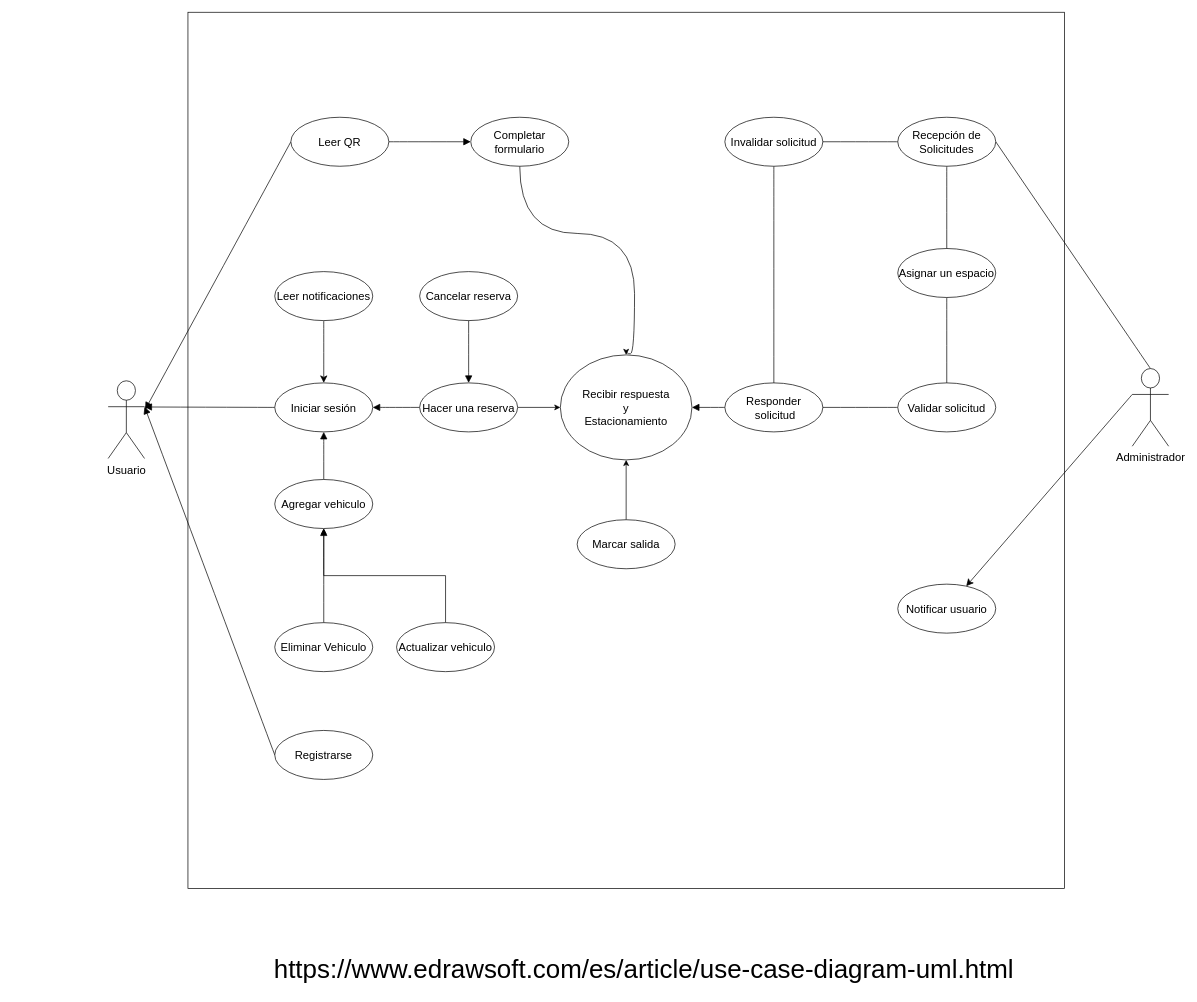
The draw.io diagram Diagramas/Casos_general.drawio in MrRevillod/SmartParking, before the edit. Source tidied: cells renumbered, new cells numbered last; positions are measured from the earlier drawing's top-left corner, leaving out a move shared by most shapes. Both pictures are drawn from the tidied source at 70%, with x=0, y=0 at pixel (108, 12).
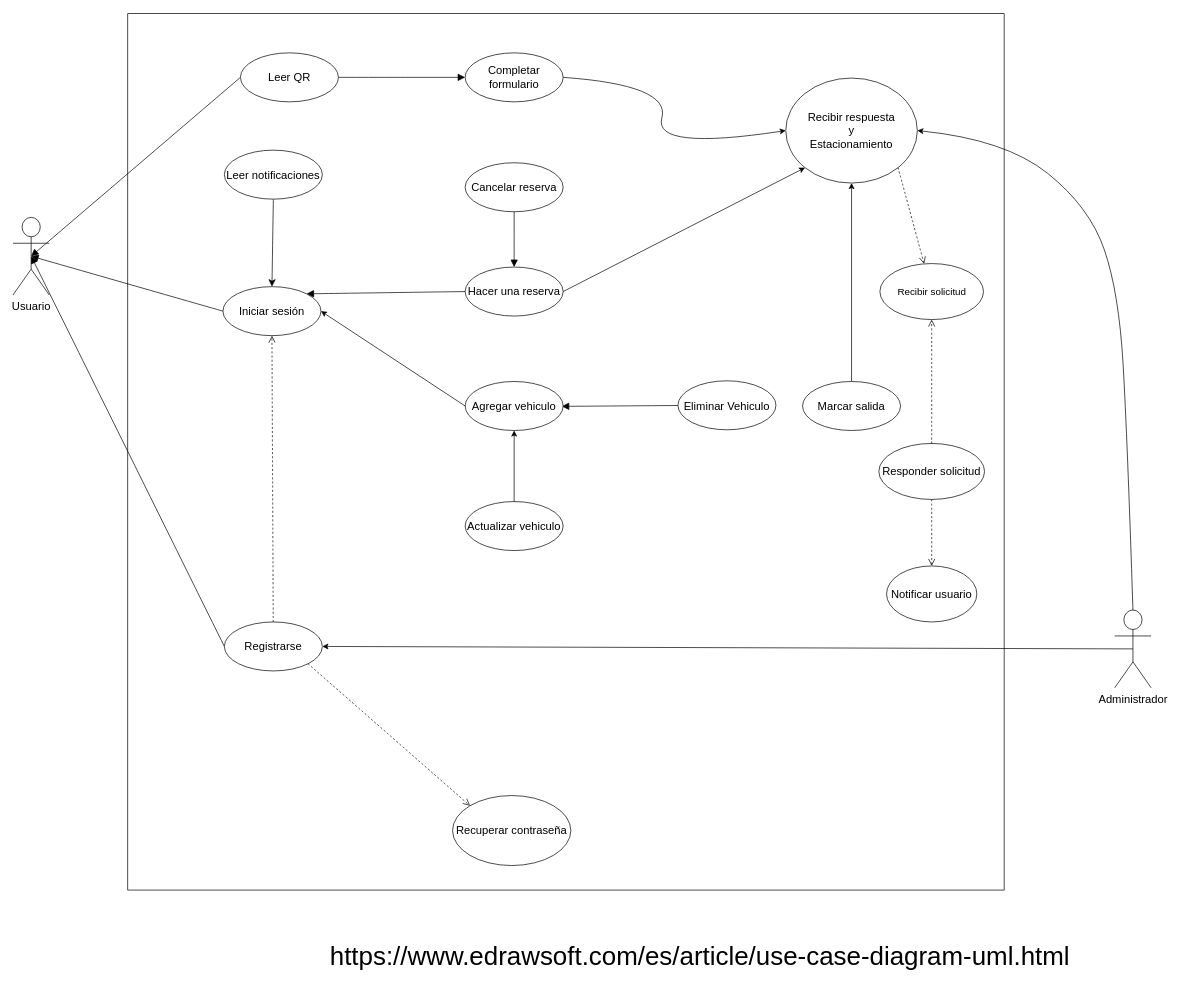
After the change.

Commit message:
casos_general

The edit, as a diff of the source:
```diff
@@
     <mxCell id="2" style="whiteSpace=wrap;html=1;fontSize=16;rotation=-90;" parent="1" vertex="1">
-      <mxGeometry x="114" width="1252" height="1252" as="geometry" />
+      <mxGeometry x="28" y="2" width="1252" height="1252" as="geometry" />
     </mxCell>
     <mxCell id="3" value="Usuario" style="shape=umlActor;verticalLabelPosition=bottom;verticalAlign=top;html=1;outlineConnect=0;fontSize=16;" parent="1" vertex="1">
-      <mxGeometry y="526.5" width="52" height="111" as="geometry" />
+      <mxGeometry x="-136" y="293" width="52" height="111" as="geometry" />
     </mxCell>
-    <mxCell id="4" style="edgeStyle=none;curved=1;rounded=0;jettySize=auto;html=1;exitX=0.5;exitY=0;exitDx=0;exitDy=0;exitPerimeter=0;entryX=1;entryY=0.5;entryDx=0;entryDy=0;fontSize=12;startSize=8;endSize=8;endArrow=none;endFill=0;" parent="1" edge="1" source="6" target="40">
-      <mxGeometry relative="1" as="geometry" />
-    </mxCell>
-    <mxCell id="5" style="edgeStyle=none;curved=1;rounded=0;jettySize=auto;html=1;exitX=0;exitY=0.3333333333333333;exitDx=0;exitDy=0;exitPerimeter=0;fontSize=12;startSize=8;endSize=8;" parent="1" edge="1" source="6" target="42">
-      <mxGeometry relative="1" as="geometry" />
-    </mxCell>
     <mxCell id="6" value="Administrador" style="shape=umlActor;verticalLabelPosition=bottom;verticalAlign=top;html=1;outlineConnect=0;fontSize=16;" parent="1" vertex="1">
-      <mxGeometry x="1463" y="509" width="52" height="111" as="geometry" />
+      <mxGeometry x="1438" y="854" width="52" height="111" as="geometry" />
     </mxCell>
-    <mxCell id="7" style="edgeStyle=none;curved=1;rounded=0;jettySize=auto;html=1;exitX=0;exitY=0.5;exitDx=0;exitDy=0;fontSize=12;startSize=8;endSize=8;endArrow=block;endFill=1;" parent="1" edge="1" source="10">
-      <mxGeometry relative="1" as="geometry">
-        <mxPoint x="52" y="563.9" as="targetPoint" />
-      </mxGeometry>
+    <mxCell id="7" style="edgeStyle=none;curved=1;rounded=0;jettySize=auto;html=1;exitX=0;exitY=0.5;exitDx=0;exitDy=0;fontSize=12;startSize=8;endSize=8;endArrow=block;endFill=1;entryX=0.5;entryY=0.5;entryDx=0;entryDy=0;entryPerimeter=0;" parent="1" edge="1" source="10" target="3">
+      <mxGeometry relative="1" as="geometry" />
     </mxCell>
-    <mxCell id="8" style="edgeStyle=none;curved=1;rounded=0;jettySize=auto;html=1;exitX=0.5;exitY=1;exitDx=0;exitDy=0;fontSize=12;startSize=8;endSize=8;endArrow=none;endFill=0;startArrow=block;startFill=1;" parent="1" edge="1" source="10" target="32">
-      <mxGeometry relative="1" as="geometry" />
-    </mxCell>
-    <mxCell id="9" style="edgeStyle=none;curved=1;rounded=0;jettySize=auto;html=1;exitX=1;exitY=0.5;exitDx=0;exitDy=0;fontSize=12;startSize=8;endSize=8;entryX=0;entryY=0.5;entryDx=0;entryDy=0;endArrow=none;endFill=0;startArrow=block;startFill=1;" parent="1" edge="1" source="10" target="36">
+    <mxCell id="9" style="edgeStyle=none;curved=1;rounded=0;jettySize=auto;html=1;exitX=1;exitY=0;exitDx=0;exitDy=0;fontSize=12;startSize=8;endSize=8;entryX=0;entryY=0.5;entryDx=0;entryDy=0;endArrow=none;endFill=0;startArrow=block;startFill=1;" parent="1" edge="1" source="10" target="36">
       <mxGeometry relative="1" as="geometry" />
     </mxCell>
     <mxCell id="10" value="Iniciar sesión" style="ellipse;whiteSpace=wrap;html=1;fontSize=16;" parent="1" vertex="1">
-      <mxGeometry x="238" y="529.5" width="140" height="70" as="geometry" />
+      <mxGeometry x="164" y="392" width="140" height="70" as="geometry" />
     </mxCell>
-    <mxCell id="11" style="edgeStyle=none;curved=1;rounded=0;jettySize=auto;html=1;exitX=0;exitY=0.5;exitDx=0;exitDy=0;entryX=1;entryY=0.3333333333333333;entryDx=0;entryDy=0;entryPerimeter=0;fontSize=12;startSize=8;endSize=8;endArrow=block;endFill=1;" parent="1" edge="1" source="12" target="3">
+    <mxCell id="11" style="edgeStyle=none;curved=1;rounded=0;jettySize=auto;html=1;exitX=0;exitY=0.5;exitDx=0;exitDy=0;entryX=0.5;entryY=0.5;entryDx=0;entryDy=0;entryPerimeter=0;fontSize=12;startSize=8;endSize=8;endArrow=block;endFill=1;" parent="1" edge="1" source="12" target="3">
       <mxGeometry relative="1" as="geometry" />
     </mxCell>
     <mxCell id="12" value="Registrarse" style="ellipse;whiteSpace=wrap;html=1;fontSize=16;" parent="1" vertex="1">
-      <mxGeometry x="238" y="1026" width="140" height="70" as="geometry" />
+      <mxGeometry x="166" y="871" width="140" height="70" as="geometry" />
     </mxCell>
-    <mxCell id="13" style="rounded=0;jettySize=auto;html=1;entryX=0.5;entryY=0;entryDx=0;entryDy=0;edgeStyle=orthogonalEdgeStyle;curved=1;" parent="1" edge="1" source="14" target="37">
-      <mxGeometry relative="1" as="geometry">
-        <Array as="points">
-          <mxPoint x="588" y="316" />
-          <mxPoint x="752" y="316" />
-          <mxPoint x="752" y="488" />
-          <mxPoint x="740" y="488" />
-        </Array>
-      </mxGeometry>
-    </mxCell>
     <mxCell id="14" value="Completar formulario" style="ellipse;whiteSpace=wrap;html=1;fontSize=16;" parent="1" vertex="1">
-      <mxGeometry x="518" y="150" width="140" height="70" as="geometry" />
+      <mxGeometry x="510" y="58" width="140" height="70" as="geometry" />
     </mxCell>
     <mxCell id="15" value="Cancelar reserva" style="ellipse;whiteSpace=wrap;html=1;fontSize=16;" parent="1" vertex="1">
-      <mxGeometry x="445" y="370.5" width="140" height="70" as="geometry" />
+      <mxGeometry x="510" y="215" width="140" height="70" as="geometry" />
     </mxCell>
@@
     <mxCell id="17" value="Marcar salida" style="ellipse;whiteSpace=wrap;html=1;fontSize=16;" parent="1" vertex="1">
-      <mxGeometry x="670" y="725" width="140" height="70" as="geometry" />
+      <mxGeometry x="992" y="527.5" width="140" height="70" as="geometry" />
     </mxCell>
-    <mxCell id="18" style="edgeStyle=none;curved=1;rounded=0;jettySize=auto;html=1;exitX=0;exitY=0.5;exitDx=0;exitDy=0;fontSize=12;startSize=8;endSize=8;endArrow=block;endFill=1;" parent="1" edge="1" source="19" target="37">
-      <mxGeometry relative="1" as="geometry" />
-    </mxCell>
-    <mxCell id="19" value="Responder&lt;br&gt;&amp;nbsp;solicitud" style="ellipse;whiteSpace=wrap;html=1;fontSize=16;" parent="1" vertex="1">
-      <mxGeometry x="881" y="529.5" width="140" height="70" as="geometry" />
-    </mxCell>
-    <mxCell id="20" style="edgeStyle=none;curved=1;rounded=0;jettySize=auto;html=1;exitX=0.5;exitY=1;exitDx=0;exitDy=0;fontSize=12;startSize=8;endSize=8;endArrow=none;endFill=0;" parent="1" edge="1" source="21" target="23">
-      <mxGeometry relative="1" as="geometry" />
-    </mxCell>
-    <mxCell id="21" value="Asignar un espacio" style="ellipse;whiteSpace=wrap;html=1;fontSize=16;" parent="1" vertex="1">
-      <mxGeometry x="1128" y="337.5" width="140" height="70" as="geometry" />
-    </mxCell>
-    <mxCell id="22" style="edgeStyle=none;curved=1;rounded=0;jettySize=auto;html=1;exitX=0;exitY=0.5;exitDx=0;exitDy=0;fontSize=12;startSize=8;endSize=8;endArrow=none;endFill=0;" parent="1" edge="1" source="23" target="19">
-      <mxGeometry relative="1" as="geometry" />
-    </mxCell>
-    <mxCell id="23" value="Validar solicitud" style="ellipse;whiteSpace=wrap;html=1;fontSize=16;" parent="1" vertex="1">
-      <mxGeometry x="1128" y="529.5" width="140" height="70" as="geometry" />
-    </mxCell>
-    <mxCell id="24" style="edgeStyle=none;curved=1;rounded=0;jettySize=auto;html=1;exitX=0.5;exitY=1;exitDx=0;exitDy=0;fontSize=12;startSize=8;endSize=8;endArrow=none;endFill=0;" parent="1" edge="1" source="25" target="19">
-      <mxGeometry relative="1" as="geometry" />
-    </mxCell>
-    <mxCell id="25" value="Invalidar solicitud" style="ellipse;whiteSpace=wrap;html=1;fontSize=16;" parent="1" vertex="1">
-      <mxGeometry x="881" y="150" width="140" height="70" as="geometry" />
-    </mxCell>
-    <mxCell id="26" style="edgeStyle=none;curved=1;rounded=0;jettySize=auto;html=1;exitX=0;exitY=0.5;exitDx=0;exitDy=0;fontSize=12;startSize=8;endSize=8;endArrow=block;endFill=1;" parent="1" edge="1" source="28">
-      <mxGeometry relative="1" as="geometry">
-        <mxPoint x="53" y="567.5" as="targetPoint" />
-      </mxGeometry>
+    <mxCell id="26" style="edgeStyle=none;curved=1;rounded=0;jettySize=auto;html=1;exitX=0;exitY=0.5;exitDx=0;exitDy=0;fontSize=12;startSize=8;endSize=8;endArrow=block;endFill=1;entryX=0.5;entryY=0.5;entryDx=0;entryDy=0;entryPerimeter=0;" parent="1" edge="1" source="28" target="3">
+      <mxGeometry relative="1" as="geometry" />
     </mxCell>
@@
     <mxCell id="28" value="Leer QR" style="ellipse;whiteSpace=wrap;html=1;fontSize=16;" parent="1" vertex="1">
-      <mxGeometry x="261" y="150" width="140" height="70" as="geometry" />
+      <mxGeometry x="189" y="58" width="140" height="70" as="geometry" />
     </mxCell>
-    <mxCell id="29" style="edgeStyle=orthogonalEdgeStyle;rounded=0;jettySize=auto;html=1;exitX=0.5;exitY=0;exitDx=0;exitDy=0;entryX=0.5;entryY=1;entryDx=0;entryDy=0;" parent="1" edge="1" source="30" target="32">
-      <mxGeometry relative="1" as="geometry" />
-    </mxCell>
     <mxCell id="30" value="Actualizar vehiculo" style="ellipse;whiteSpace=wrap;html=1;fontSize=16;" parent="1" vertex="1">
-      <mxGeometry x="412" y="872" width="140" height="70" as="geometry" />
+      <mxGeometry x="510" y="699" width="140" height="70" as="geometry" />
     </mxCell>
-    <mxCell id="31" style="edgeStyle=none;curved=1;rounded=0;jettySize=auto;html=1;exitX=0.5;exitY=1;exitDx=0;exitDy=0;fontSize=12;startSize=8;endSize=8;endArrow=none;endFill=0;startArrow=block;startFill=1;" parent="1" edge="1" source="32" target="33">
-      <mxGeometry relative="1" as="geometry" />
+    <mxCell id="31" style="edgeStyle=none;curved=1;rounded=0;jettySize=auto;html=1;fontSize=12;startSize=8;endSize=8;endArrow=none;endFill=0;startArrow=block;startFill=1;" parent="1" edge="1" target="33">
+      <mxGeometry relative="1" as="geometry">
+        <mxPoint x="648" y="563" as="sourcePoint" />
+      </mxGeometry>
     </mxCell>
     <mxCell id="32" value="Agregar vehiculo" style="ellipse;whiteSpace=wrap;html=1;fontSize=16;" parent="1" vertex="1">
-      <mxGeometry x="238" y="667.5" width="140" height="70" as="geometry" />
+      <mxGeometry x="510" y="527.5" width="140" height="70" as="geometry" />
     </mxCell>
     <mxCell id="33" value="Eliminar Vehiculo" style="ellipse;whiteSpace=wrap;html=1;fontSize=16;" parent="1" vertex="1">
-      <mxGeometry x="238" y="872" width="140" height="70" as="geometry" />
+      <mxGeometry x="814" y="526.5" width="140" height="70" as="geometry" />
     </mxCell>
@@
-    <mxCell id="35" style="edgeStyle=orthogonalEdgeStyle;rounded=0;jettySize=auto;html=1;" parent="1" edge="1" source="36" target="37">
-      <mxGeometry relative="1" as="geometry" />
-    </mxCell>
     <mxCell id="36" value="Hacer una reserva" style="ellipse;whiteSpace=wrap;html=1;fontSize=16;" parent="1" vertex="1">
-      <mxGeometry x="445" y="529.5" width="140" height="70" as="geometry" />
+      <mxGeometry x="510" y="364" width="140" height="70" as="geometry" />
     </mxCell>
     <mxCell id="37" value="Recibir respuesta&lt;br&gt;y&lt;br&gt;Estacionamiento" style="ellipse;whiteSpace=wrap;html=1;fontSize=16;" parent="1" vertex="1">
-      <mxGeometry x="646" y="489.5" width="188" height="150" as="geometry" />
+      <mxGeometry x="968" y="94" width="188" height="150" as="geometry" />
     </mxCell>
-    <mxCell id="38" style="edgeStyle=none;curved=1;rounded=0;jettySize=auto;html=1;exitX=0.5;exitY=1;exitDx=0;exitDy=0;fontSize=12;startSize=8;endSize=8;endArrow=none;endFill=0;" parent="1" edge="1" source="40" target="21">
-      <mxGeometry relative="1" as="geometry" />
-    </mxCell>
-    <mxCell id="39" style="edgeStyle=none;curved=1;rounded=0;jettySize=auto;html=1;exitX=0;exitY=0.5;exitDx=0;exitDy=0;fontSize=12;startSize=8;endSize=8;endArrow=none;endFill=0;" parent="1" edge="1" source="40" target="25">
-      <mxGeometry relative="1" as="geometry" />
-    </mxCell>
-    <mxCell id="40" value="Recepción de Solicitudes" style="ellipse;whiteSpace=wrap;html=1;fontSize=16;" parent="1" vertex="1">
-      <mxGeometry x="1128" y="150" width="140" height="70" as="geometry" />
-    </mxCell>
     <mxCell id="41" value="https://www.edrawsoft.com/es/article/use-case-diagram-uml.html" style="text;html=1;align=center;verticalAlign=middle;strokeColor=none;fillColor=none;fontSize=37;" parent="1" vertex="1">
-      <mxGeometry x="236" y="1340" width="1057" height="56" as="geometry" />
+      <mxGeometry x="316" y="1320.5" width="1057" height="56" as="geometry" />
     </mxCell>
-    <mxCell id="42" value="Notificar usuario" style="ellipse;whiteSpace=wrap;html=1;fontSize=16;" parent="1" vertex="1">
-      <mxGeometry x="1128" y="817" width="140" height="70" as="geometry" />
-    </mxCell>
@@
     <mxCell id="44" value="Leer notificaciones" style="ellipse;whiteSpace=wrap;html=1;fontSize=16;" parent="1" vertex="1">
-      <mxGeometry x="238" y="370.5" width="140" height="70" as="geometry" />
+      <mxGeometry x="166" y="197" width="140" height="70" as="geometry" />
     </mxCell>
+    <mxCell id="45" value="&lt;font style=&quot;font-size: 16px&quot;&gt;Recuperar contraseña&lt;/font&gt;" style="ellipse;whiteSpace=wrap;html=1;" parent="1" vertex="1">
+      <mxGeometry x="492" y="1119" width="169" height="100" as="geometry" />
+    </mxCell>
+    <mxCell id="13" style="curved=1;endArrow=classic;html=1;entryX=0;entryY=0.5;entryDx=0;entryDy=0;exitX=1;exitY=0.5;exitDx=0;exitDy=0;" parent="1" edge="1" source="14" target="37">
+      <mxGeometry relative="1" as="geometry">
+        <Array as="points">
+          <mxPoint x="804" y="104" />
+          <mxPoint x="778" y="198" />
+        </Array>
+      </mxGeometry>
+    </mxCell>
+    <mxCell id="46" style="endArrow=classic;html=1;entryX=1;entryY=0.5;entryDx=0;entryDy=0;exitX=0;exitY=0.5;exitDx=0;exitDy=0;" parent="1" edge="1" source="32" target="10">
+      <mxGeometry relative="1" as="geometry" />
+    </mxCell>
+    <mxCell id="35" style="endArrow=classic;html=1;entryX=0;entryY=1;entryDx=0;entryDy=0;exitX=1;exitY=0.5;exitDx=0;exitDy=0;" parent="1" edge="1" source="36" target="37">
+      <mxGeometry relative="1" as="geometry" />
+    </mxCell>
+    <mxCell id="47" style="endArrow=open;startArrow=none;endFill=0;startFill=0;endSize=8;html=1;verticalAlign=bottom;dashed=1;labelBackgroundColor=none;rounded=0;fontSize=12;curved=1;entryX=0.5;entryY=1;entryDx=0;entryDy=0;" parent="1" edge="1" source="12" target="10">
+      <mxGeometry relative="1" as="geometry" />
+    </mxCell>
+    <mxCell id="48" style="edgeStyle=none;rounded=0;orthogonalLoop=1;jettySize=auto;html=1;exitX=0.5;exitY=1;exitDx=0;exitDy=0;" parent="1" edge="1" source="45" target="45">
+      <mxGeometry relative="1" as="geometry" />
+    </mxCell>
+    <mxCell id="49" style="endArrow=open;startArrow=none;endFill=0;startFill=0;endSize=8;html=1;verticalAlign=bottom;dashed=1;labelBackgroundColor=none;rounded=0;fontSize=12;curved=1;entryX=0;entryY=0;entryDx=0;entryDy=0;exitX=1;exitY=1;exitDx=0;exitDy=0;" parent="1" edge="1" source="12" target="45">
+      <mxGeometry relative="1" as="geometry" />
+    </mxCell>
+    <mxCell id="29" style="endArrow=classic;html=1;exitX=0.5;exitY=0;exitDx=0;exitDy=0;entryX=0.5;entryY=1;entryDx=0;entryDy=0;" parent="1" edge="1" source="30" target="32">
+      <mxGeometry relative="1" as="geometry" />
+    </mxCell>
+    <mxCell id="50" value="&lt;font style=&quot;font-size: 14px&quot;&gt;Recibir solicitud&lt;/font&gt;" style="ellipse;whiteSpace=wrap;html=1;fontSize=16;" parent="1" vertex="1">
+      <mxGeometry x="1102.5" y="359" width="148" height="80" as="geometry" />
+    </mxCell>
+    <mxCell id="19" value="&lt;font size=&quot;3&quot;&gt;Responder solicitud&lt;/font&gt;" style="ellipse;whiteSpace=wrap;html=1;" parent="1" vertex="1">
+      <mxGeometry x="1101" y="616" width="151" height="80" as="geometry" />
+    </mxCell>
+    <mxCell id="51" style="endArrow=open;startArrow=none;endFill=0;startFill=0;endSize=8;html=1;verticalAlign=bottom;dashed=1;labelBackgroundColor=none;rounded=0;fontSize=12;curved=1;entryX=0.5;entryY=1;entryDx=0;entryDy=0;exitX=0.5;exitY=0;exitDx=0;exitDy=0;" parent="1" edge="1" source="19" target="50">
+      <mxGeometry relative="1" as="geometry" />
+    </mxCell>
+    <mxCell id="42" value="&lt;font size=&quot;3&quot;&gt;Notificar usuario&lt;/font&gt;" style="ellipse;whiteSpace=wrap;html=1;" parent="1" vertex="1">
+      <mxGeometry x="1112" y="791" width="129" height="80" as="geometry" />
+    </mxCell>
+    <mxCell id="52" style="endArrow=open;startArrow=none;endFill=0;startFill=0;endSize=8;html=1;verticalAlign=bottom;dashed=1;labelBackgroundColor=none;rounded=0;fontSize=12;curved=1;entryX=0.5;entryY=0;entryDx=0;entryDy=0;exitX=0.5;exitY=1;exitDx=0;exitDy=0;" parent="1" edge="1" source="19" target="42">
+      <mxGeometry relative="1" as="geometry" />
+    </mxCell>
+    <mxCell id="53" style="endArrow=open;startArrow=none;endFill=0;startFill=0;endSize=8;html=1;verticalAlign=bottom;dashed=1;labelBackgroundColor=none;rounded=0;fontSize=12;curved=1;exitX=1;exitY=1;exitDx=0;exitDy=0;" parent="1" edge="1" source="37" target="50">
+      <mxGeometry relative="1" as="geometry" />
+    </mxCell>
+    <mxCell id="54" style="endArrow=classic;html=1;entryX=1;entryY=0.5;entryDx=0;entryDy=0;exitX=0.5;exitY=0.5;exitDx=0;exitDy=0;exitPerimeter=0;" parent="1" edge="1" source="6" target="12">
+      <mxGeometry relative="1" as="geometry" />
+    </mxCell>
+    <mxCell id="55" style="curved=1;endArrow=classic;html=1;entryX=1;entryY=0.5;entryDx=0;entryDy=0;exitX=0.5;exitY=0;exitDx=0;exitDy=0;exitPerimeter=0;" parent="1" edge="1" source="6" target="37">
+      <mxGeometry relative="1" as="geometry">
+        <Array as="points">
+          <mxPoint x="1456" y="608" />
+          <mxPoint x="1444" y="400" />
+          <mxPoint x="1402" y="278" />
+          <mxPoint x="1282" y="182" />
+        </Array>
+      </mxGeometry>
+    </mxCell>
```
